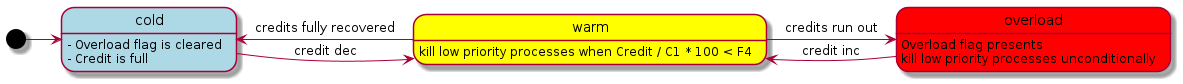
This is docs/flagman_fsm.png from emqx/lc, a PlantUML export, as it was before one commit. The source it was exported from:
```plantuml
@startuml
state cold #lightblue
state warm #yellow
state overload #red

[*] -> cold
cold -> warm: credit dec
warm -> overload: credits run out
overload -> warm: credit inc
warm -> cold: credits fully recovered

cold: - Overload flag is cleared
cold: - Credit is full
overload: Overload flag presents
overload: kill low priority processes unconditionally

warm: kill low priority processes when Credit / C1 * 100 < F4

@enduml
```
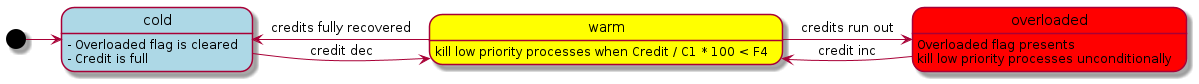
Above is the later version.

What changed in the source:
```diff
@@ -1,18 +1,18 @@
 @startuml
 state cold #lightblue
 state warm #yellow
-state overload #red
+state overloaded #red
 
 [*] -> cold
 cold -> warm: credit dec
-warm -> overload: credits run out
-overload -> warm: credit inc
+warm -> overloaded: credits run out
+overloaded -> warm: credit inc
 warm -> cold: credits fully recovered
 
-cold: - Overload flag is cleared
+cold: - Overloaded flag is cleared
 cold: - Credit is full
-overload: Overload flag presents
-overload: kill low priority processes unconditionally
+overloaded: Overloaded flag presents
+overloaded: kill low priority processes unconditionally
 
 warm: kill low priority processes when Credit / C1 * 100 < F4
 
```
